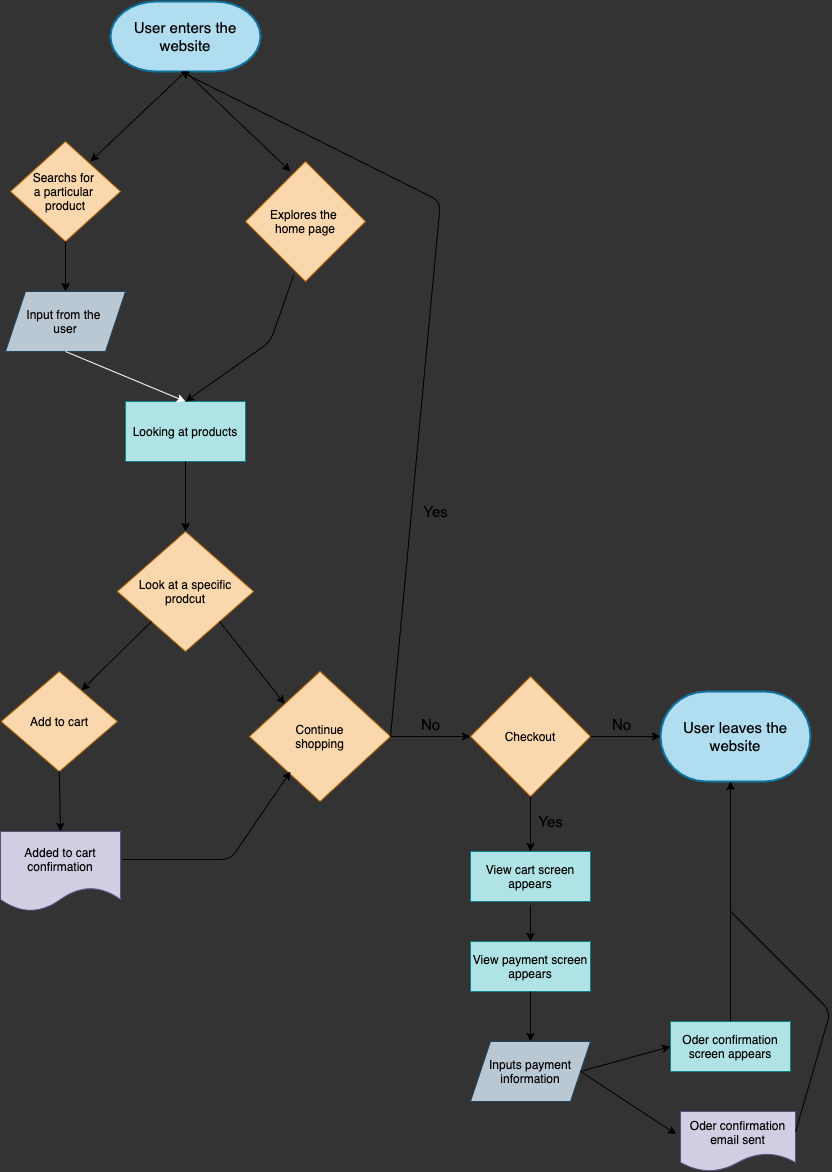
This is explore/diagramming/diagram.drawio.png from patibrewala/fa21-cse110-lab4, a draw.io export, as it was before one commit. Source tidied: cells renumbered, new cells last; positions are measured from the earlier drawing's top-left corner, leaving out a move shared by most shapes. Source of this version:
```xml
<mxGraphModel background="#333333">
  <root>
    <mxCell id="0" />
    <mxCell id="1" parent="0" />
    <mxCell id="2" value="&lt;font style=&quot;font-size: 15px&quot; color=&quot;#000000&quot;&gt;User enters the website&lt;/font&gt;" style="strokeWidth=2;html=1;shape=mxgraph.flowchart.terminator;whiteSpace=wrap;fillColor=#b1ddf0;strokeColor=#10739e;" parent="1" vertex="1">
      <mxGeometry x="110" width="150" height="70" as="geometry" />
    </mxCell>
    <mxCell id="3" style="endArrow=classic;html=1;exitX=0.5;exitY=1;exitDx=0;exitDy=0;exitPerimeter=0;entryX=0.375;entryY=0.083;entryDx=0;entryDy=0;entryPerimeter=0;labelBackgroundColor=#ffffff;strokeColor=#000000;" parent="1" edge="1" source="2" target="6">
      <mxGeometry relative="1" as="geometry" />
    </mxCell>
    <mxCell id="4" style="endArrow=classic;html=1;exitX=0.5;exitY=1;exitDx=0;exitDy=0;exitPerimeter=0;fontColor=#000000;labelBackgroundColor=#FFFFFF;strokeColor=#000000;" parent="1" edge="1" source="2">
      <mxGeometry relative="1" as="geometry">
        <mxPoint x="90" y="160" as="targetPoint" />
      </mxGeometry>
    </mxCell>
    <mxCell id="5" value="Searchs for &lt;br&gt;a particular &lt;br&gt;product" style="rhombus;whiteSpace=wrap;html=1;fillColor=#fad7ac;strokeColor=#b46504;fontColor=#000000;" parent="1" vertex="1">
      <mxGeometry x="10" y="140" width="110" height="100" as="geometry" />
    </mxCell>
    <mxCell id="6" value="Explores the &lt;br&gt;home page" style="rhombus;whiteSpace=wrap;html=1;fillColor=#fad7ac;strokeColor=#b46504;fontColor=#000000;" parent="1" vertex="1">
      <mxGeometry x="245" y="160" width="120" height="120" as="geometry" />
    </mxCell>
    <mxCell id="7" value="Input from the &lt;br&gt;user" style="shape=parallelogram;perimeter=parallelogramPerimeter;whiteSpace=wrap;html=1;fixedSize=1;fillColor=#bac8d3;strokeColor=#23445d;fontColor=#000000;" parent="1" vertex="1">
      <mxGeometry x="5" y="290" width="120" height="60" as="geometry" />
    </mxCell>
    <mxCell id="8" style="endArrow=classic;html=1;exitX=0.5;exitY=1;exitDx=0;exitDy=0;entryX=0.5;entryY=0;entryDx=0;entryDy=0;labelBackgroundColor=#ffffff;strokeColor=#000000;" parent="1" edge="1" source="5" target="7">
      <mxGeometry relative="1" as="geometry" />
    </mxCell>
    <mxCell id="9" value="Looking at products" style="rounded=0;whiteSpace=wrap;html=1;fillColor=#b0e3e6;strokeColor=#0e8088;fontColor=#000000;" parent="1" vertex="1">
      <mxGeometry x="125" y="400" width="120" height="60" as="geometry" />
    </mxCell>
    <mxCell id="10" style="endArrow=classic;html=1;fontColor=#000000;entryX=0.5;entryY=0;entryDx=0;entryDy=0;exitX=0.4;exitY=0.95;exitDx=0;exitDy=0;exitPerimeter=0;labelBackgroundColor=#ffffff;strokeColor=#000000;" parent="1" edge="1" source="6" target="9">
      <mxGeometry relative="1" as="geometry">
        <Array as="points">
          <mxPoint x="270" y="340" />
        </Array>
      </mxGeometry>
    </mxCell>
    <mxCell id="11" style="endArrow=classic;html=1;fontColor=#000000;exitX=0.5;exitY=1;exitDx=0;exitDy=0;labelBackgroundColor=#ffffff;" parent="1" edge="1" source="9">
      <mxGeometry relative="1" as="geometry">
        <mxPoint x="185" y="530" as="targetPoint" />
      </mxGeometry>
    </mxCell>
    <mxCell id="12" value="Add to cart" style="rhombus;whiteSpace=wrap;html=1;fillColor=#fad7ac;strokeColor=#b46504;fontColor=#000000;" parent="1" vertex="1">
      <mxGeometry x="0.6" y="670" width="116.2" height="100" as="geometry" />
    </mxCell>
    <mxCell id="13" value="Added to cart confirmation" style="shape=document;whiteSpace=wrap;html=1;boundedLbl=1;fillColor=#d0cee2;strokeColor=#56517e;fontColor=#000000;" parent="1" vertex="1">
      <mxGeometry y="830" width="120" height="80" as="geometry" />
    </mxCell>
    <mxCell id="14" value="Look at a specific&lt;br&gt;prodcut" style="rhombus;whiteSpace=wrap;html=1;fillColor=#fad7ac;strokeColor=#b46504;fontColor=#000000;" parent="1" vertex="1">
      <mxGeometry x="116.9" y="530" width="136.2" height="120" as="geometry" />
    </mxCell>
    <mxCell id="15" style="endArrow=classic;html=1;fontColor=#000000;entryX=0.691;entryY=0.19;entryDx=0;entryDy=0;entryPerimeter=0;exitX=0;exitY=1;exitDx=0;exitDy=0;labelBackgroundColor=#ffffff;" parent="1" edge="1" source="14" target="12">
      <mxGeometry relative="1" as="geometry" />
    </mxCell>
    <mxCell id="16" style="endArrow=classic;html=1;fontColor=#000000;exitX=0.5;exitY=1;exitDx=0;exitDy=0;entryX=0.5;entryY=0;entryDx=0;entryDy=0;labelBackgroundColor=#ffffff;" parent="1" edge="1" source="12" target="13">
      <mxGeometry relative="1" as="geometry" />
    </mxCell>
    <mxCell id="17" value="Continue&lt;br&gt;shopping" style="rhombus;whiteSpace=wrap;html=1;fillColor=#fad7ac;strokeColor=#b46504;fontColor=#000000;" parent="1" vertex="1">
      <mxGeometry x="249" y="670" width="141" height="130" as="geometry" />
    </mxCell>
    <mxCell id="18" style="endArrow=classic;html=1;fontColor=#000000;exitX=1;exitY=1;exitDx=0;exitDy=0;entryX=0;entryY=0;entryDx=0;entryDy=0;labelBackgroundColor=#ffffff;" parent="1" edge="1" source="14" target="17">
      <mxGeometry relative="1" as="geometry" />
    </mxCell>
    <mxCell id="19" style="endArrow=classic;html=1;fontColor=#000000;exitX=1.017;exitY=0.35;exitDx=0;exitDy=0;exitPerimeter=0;labelBackgroundColor=#ffffff;" parent="1" edge="1" source="13">
      <mxGeometry relative="1" as="geometry">
        <mxPoint x="290" y="770" as="targetPoint" />
        <Array as="points">
          <mxPoint x="230" y="858" />
        </Array>
      </mxGeometry>
    </mxCell>
    <mxCell id="20" style="endArrow=classic;html=1;fontColor=#000000;exitX=1;exitY=0.5;exitDx=0;exitDy=0;labelBackgroundColor=#ffffff;strokeColor=#000000;" parent="1" edge="1" source="17">
      <mxGeometry relative="1" as="geometry">
        <mxPoint x="180" y="70" as="targetPoint" />
        <Array as="points">
          <mxPoint x="440" y="200" />
        </Array>
      </mxGeometry>
    </mxCell>
    <mxCell id="21" value="Checkout" style="rhombus;whiteSpace=wrap;html=1;fillColor=#fad7ac;strokeColor=#b46504;fontColor=#000000;" parent="1" vertex="1">
      <mxGeometry x="470" y="675" width="120" height="120" as="geometry" />
    </mxCell>
    <mxCell id="22" value="&lt;font style=&quot;font-size: 15px&quot; color=&quot;#000000&quot;&gt;User leaves the website&lt;/font&gt;" style="strokeWidth=2;html=1;shape=mxgraph.flowchart.terminator;whiteSpace=wrap;fillColor=#b1ddf0;strokeColor=#10739e;" parent="1" vertex="1">
      <mxGeometry x="660" y="690" width="150" height="90" as="geometry" />
    </mxCell>
    <mxCell id="23" style="endArrow=classic;html=1;fontColor=#000000;entryX=0;entryY=0.5;entryDx=0;entryDy=0;" parent="1" edge="1" target="21">
      <mxGeometry relative="1" as="geometry">
        <mxPoint x="390" y="735" as="sourcePoint" />
      </mxGeometry>
    </mxCell>
    <mxCell id="24" style="endArrow=classic;html=1;fontColor=#000000;exitX=1;exitY=0.5;exitDx=0;exitDy=0;entryX=0;entryY=0.5;entryDx=0;entryDy=0;entryPerimeter=0;" parent="1" edge="1" source="21" target="22">
      <mxGeometry relative="1" as="geometry" />
    </mxCell>
    <mxCell id="25" value="View cart screen appears" style="rounded=0;whiteSpace=wrap;html=1;fillColor=#b0e3e6;strokeColor=#0e8088;fontColor=#000000;" parent="1" vertex="1">
      <mxGeometry x="470" y="850" width="120" height="50" as="geometry" />
    </mxCell>
    <mxCell id="26" value="View payment screen appears" style="rounded=0;whiteSpace=wrap;html=1;fillColor=#b0e3e6;strokeColor=#0e8088;fontColor=#000000;" parent="1" vertex="1">
      <mxGeometry x="470" y="940" width="120" height="50" as="geometry" />
    </mxCell>
    <mxCell id="27" value="Inputs payment information" style="shape=parallelogram;perimeter=parallelogramPerimeter;whiteSpace=wrap;html=1;fixedSize=1;fillColor=#bac8d3;strokeColor=#23445d;fontColor=#000000;" parent="1" vertex="1">
      <mxGeometry x="470" y="1040" width="120" height="60" as="geometry" />
    </mxCell>
    <mxCell id="28" value="Oder confirmation email sent" style="shape=document;whiteSpace=wrap;html=1;boundedLbl=1;fillColor=#d0cee2;strokeColor=#56517e;fontColor=#000000;" parent="1" vertex="1">
      <mxGeometry x="680" y="1110" width="115" height="60" as="geometry" />
    </mxCell>
    <mxCell id="29" value="Oder confirmation screen appears" style="rounded=0;whiteSpace=wrap;html=1;fillColor=#b0e3e6;strokeColor=#0e8088;fontColor=#000000;" parent="1" vertex="1">
      <mxGeometry x="670" y="1020" width="120" height="50" as="geometry" />
    </mxCell>
    <mxCell id="30" style="endArrow=classic;html=1;fontColor=#000000;exitX=0.5;exitY=1;exitDx=0;exitDy=0;entryX=0.5;entryY=0;entryDx=0;entryDy=0;" parent="1" edge="1" source="21" target="25">
      <mxGeometry relative="1" as="geometry" />
    </mxCell>
    <mxCell id="31" style="endArrow=classic;html=1;fontColor=#000000;" parent="1" edge="1">
      <mxGeometry relative="1" as="geometry">
        <mxPoint x="530" y="904" as="sourcePoint" />
        <mxPoint x="530" y="940" as="targetPoint" />
      </mxGeometry>
    </mxCell>
    <mxCell id="32" style="endArrow=classic;html=1;fontColor=#000000;exitX=0.5;exitY=1;exitDx=0;exitDy=0;" parent="1" edge="1" source="26">
      <mxGeometry relative="1" as="geometry">
        <mxPoint x="530" y="1040" as="targetPoint" />
      </mxGeometry>
    </mxCell>
    <mxCell id="33" style="endArrow=classic;html=1;fontColor=#000000;exitX=1;exitY=0.5;exitDx=0;exitDy=0;entryX=0;entryY=0.5;entryDx=0;entryDy=0;" parent="1" edge="1" source="27" target="29">
      <mxGeometry relative="1" as="geometry" />
    </mxCell>
    <mxCell id="34" style="endArrow=classic;html=1;fontColor=#000000;exitX=1;exitY=0.5;exitDx=0;exitDy=0;entryX=-0.037;entryY=0.378;entryDx=0;entryDy=0;entryPerimeter=0;" parent="1" edge="1" source="27" target="28">
      <mxGeometry relative="1" as="geometry" />
    </mxCell>
    <mxCell id="35" style="endArrow=classic;html=1;fontColor=#000000;exitX=0.5;exitY=0;exitDx=0;exitDy=0;" parent="1" edge="1" source="29">
      <mxGeometry relative="1" as="geometry">
        <mxPoint x="730" y="780" as="targetPoint" />
      </mxGeometry>
    </mxCell>
    <mxCell id="36" style="endArrow=none;html=1;fontColor=#000000;exitX=1;exitY=0.34;exitDx=0;exitDy=0;exitPerimeter=0;" parent="1" edge="1" source="28">
      <mxGeometry relative="1" as="geometry">
        <mxPoint x="730" y="910" as="targetPoint" />
        <Array as="points">
          <mxPoint x="830" y="1010" />
        </Array>
      </mxGeometry>
    </mxCell>
    <mxCell id="37" value="No" style="text;html=1;align=center;verticalAlign=middle;strokeColor=none;fontSize=15;" parent="1" vertex="1">
      <mxGeometry x="415" y="713" width="30" height="20" as="geometry" />
    </mxCell>
    <mxCell id="38" value="Yes" style="text;html=1;align=center;verticalAlign=middle;strokeColor=none;fontSize=15;" parent="1" vertex="1">
      <mxGeometry x="415" y="500" width="40" height="20" as="geometry" />
    </mxCell>
    <mxCell id="39" value="No" style="text;html=1;align=center;verticalAlign=middle;strokeColor=none;fontSize=15;" parent="1" vertex="1">
      <mxGeometry x="606" y="713" width="30" height="20" as="geometry" />
    </mxCell>
    <mxCell id="40" value="Yes" style="text;html=1;align=center;verticalAlign=middle;strokeColor=none;fontSize=15;" parent="1" vertex="1">
      <mxGeometry x="530" y="810" width="40" height="20" as="geometry" />
    </mxCell>
    <mxCell id="41" style="endArrow=classic;html=1;labelBackgroundColor=#ffffff;fontSize=15;fontColor=#f0f0f0;exitX=0.5;exitY=1;exitDx=0;exitDy=0;entryX=0.5;entryY=0;entryDx=0;entryDy=0;strokeColor=#FFFFFF;" parent="1" edge="1" source="7" target="9">
      <mxGeometry relative="1" as="geometry" />
    </mxCell>
  </root>
</mxGraphModel>
```
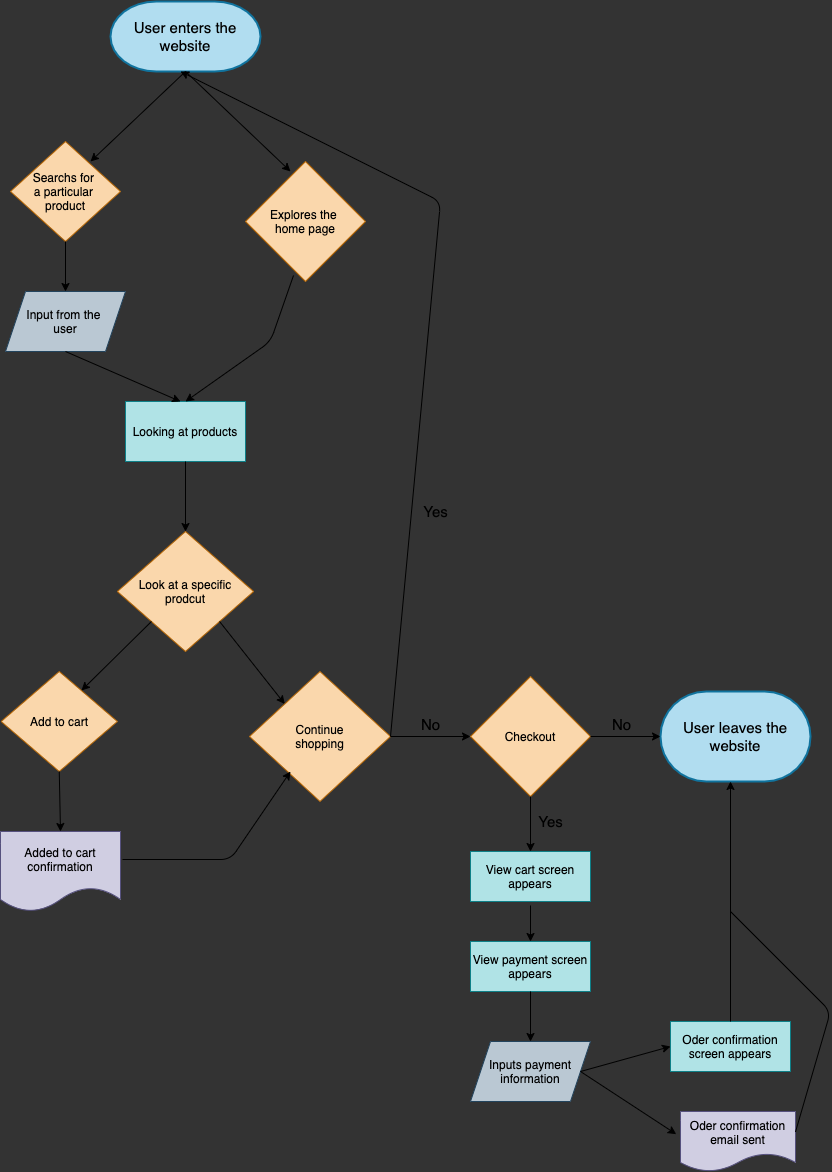
After the change.

The edit, as a diff of the source:
```diff
@@ -151,8 +151,10 @@
     <mxCell id="40" value="Yes" style="text;html=1;align=center;verticalAlign=middle;strokeColor=none;fontSize=15;" parent="1" vertex="1">
       <mxGeometry x="530" y="810" width="40" height="20" as="geometry" />
     </mxCell>
-    <mxCell id="41" style="endArrow=classic;html=1;labelBackgroundColor=#ffffff;fontSize=15;fontColor=#f0f0f0;exitX=0.5;exitY=1;exitDx=0;exitDy=0;entryX=0.5;entryY=0;entryDx=0;entryDy=0;strokeColor=#FFFFFF;" parent="1" edge="1" source="7" target="9">
-      <mxGeometry relative="1" as="geometry" />
-    </mxCell>
+    <mxCell id="42" style="endArrow=classic;html=1;fontColor=#000000;exitX=0.5;exitY=1;exitDx=0;exitDy=0;labelBackgroundColor=#ffffff;strokeColor=#000000;" parent="1" edge="1" source="7">
+      <mxGeometry relative="1" as="geometry">
+        <mxPoint x="180" y="400" as="targetPoint" />
+      </mxGeometry>
+    </mxCell>
   </root>
 </mxGraphModel>
```
